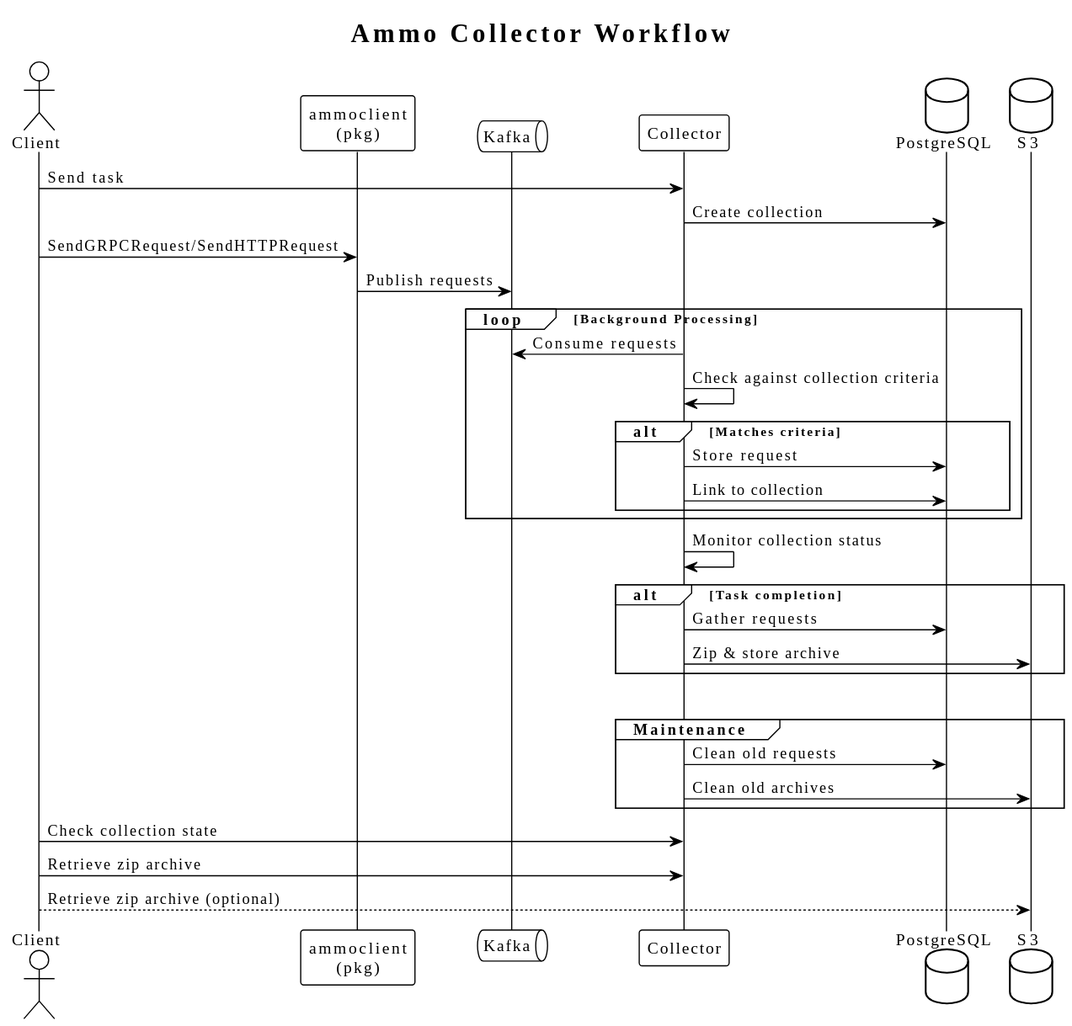
The PlantUML diagram docs/service-flow.svg in n-r-w/collector, before a commit.
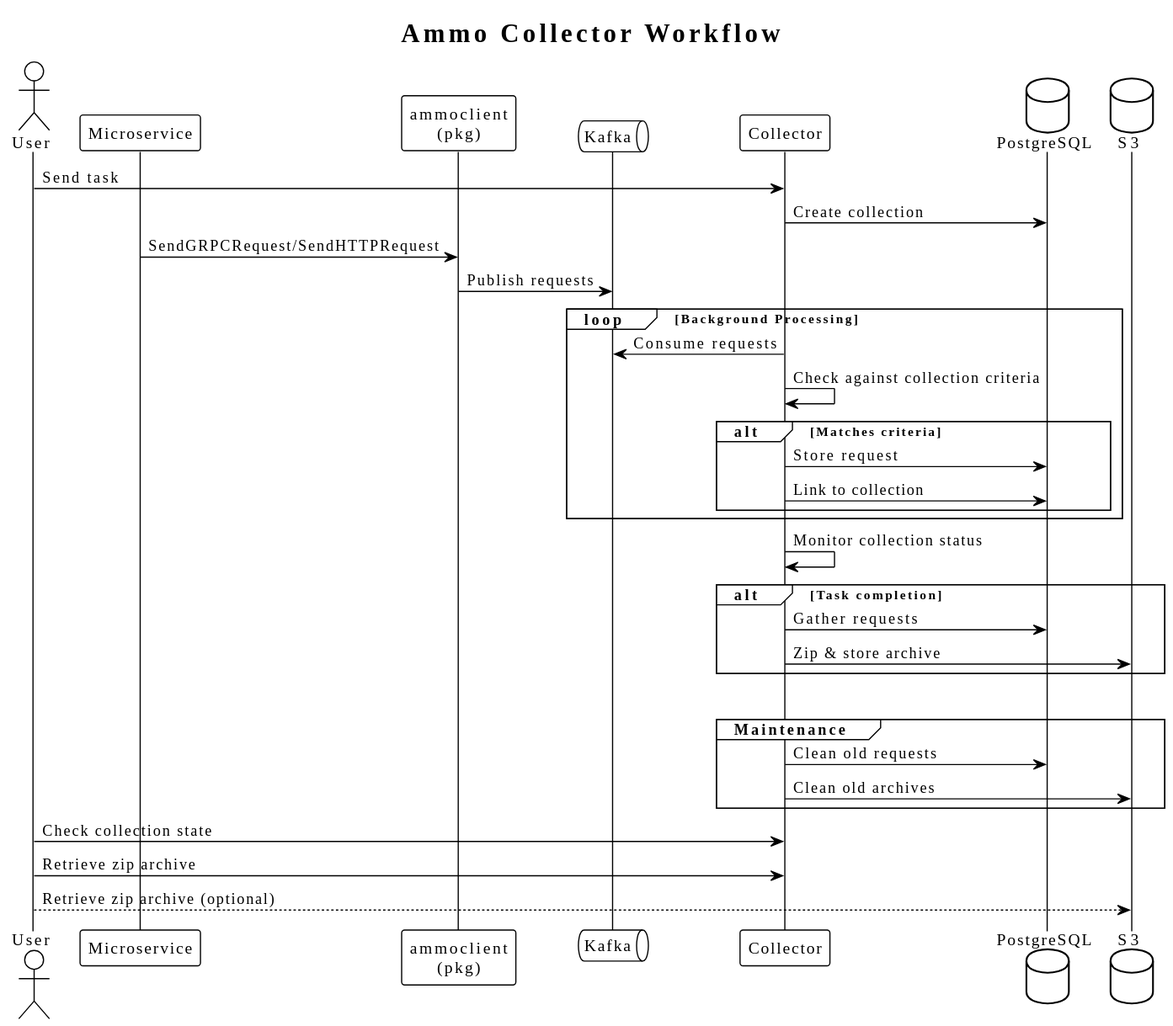
After the commit.

What changed in the source:
```diff
@@ -3,8 +3,9 @@
 
 title Ammo Collector Workflow
 
-actor Client
-Client -> Collector: Send task
+actor User
+participant Microservice
+User -> Collector: Send task
 
 participant AmmoClient as "ammoclient\n(pkg)"
 queue Kafka
@@ -14,7 +15,7 @@
 
 Collector -> PostgreSQL: Create collection
 
-Client -> AmmoClient: SendGRPCRequest/SendHTTPRequest
+Microservice -> AmmoClient: SendGRPCRequest/SendHTTPRequest
 AmmoClient -> Kafka: Publish requests
 
 loop Background Processing
@@ -41,7 +42,7 @@
   Collector -> S3: Clean old archives
 end
 
-Client -> Collector: Check collection state
-Client -> Collector: Retrieve zip archive
-Client --> S3: Retrieve zip archive (optional)
+User -> Collector: Check collection state
+User -> Collector: Retrieve zip archive
+User --> S3: Retrieve zip archive (optional)
 @enduml
```
